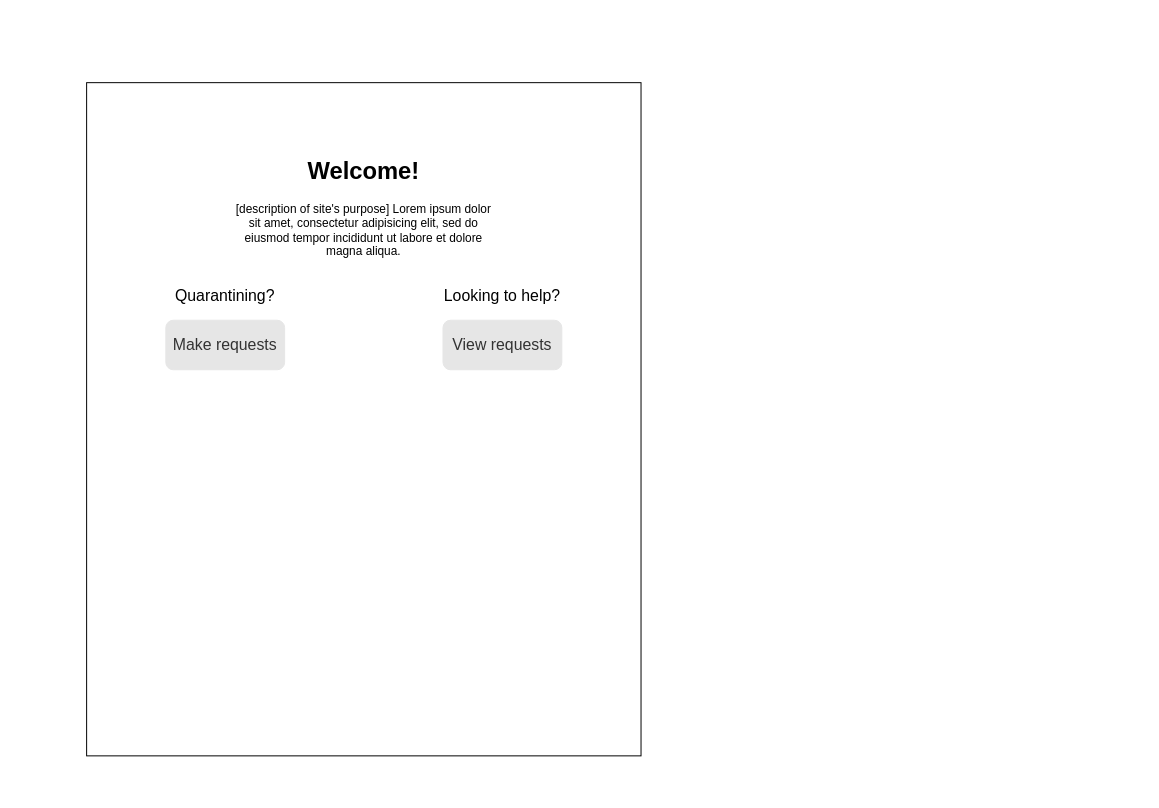
Earlier version of the draw.io diagram docs/diagrams/homepage.drawio (grievans/cs326-final-vav). Source tidied: cells renumbered, new cells numbered last; positions are measured from the earlier drawing's top-left corner, leaving out a move shared by most shapes. Both pictures are drawn from the tidied source at 99%, with x=0, y=0 at pixel (86, 82).
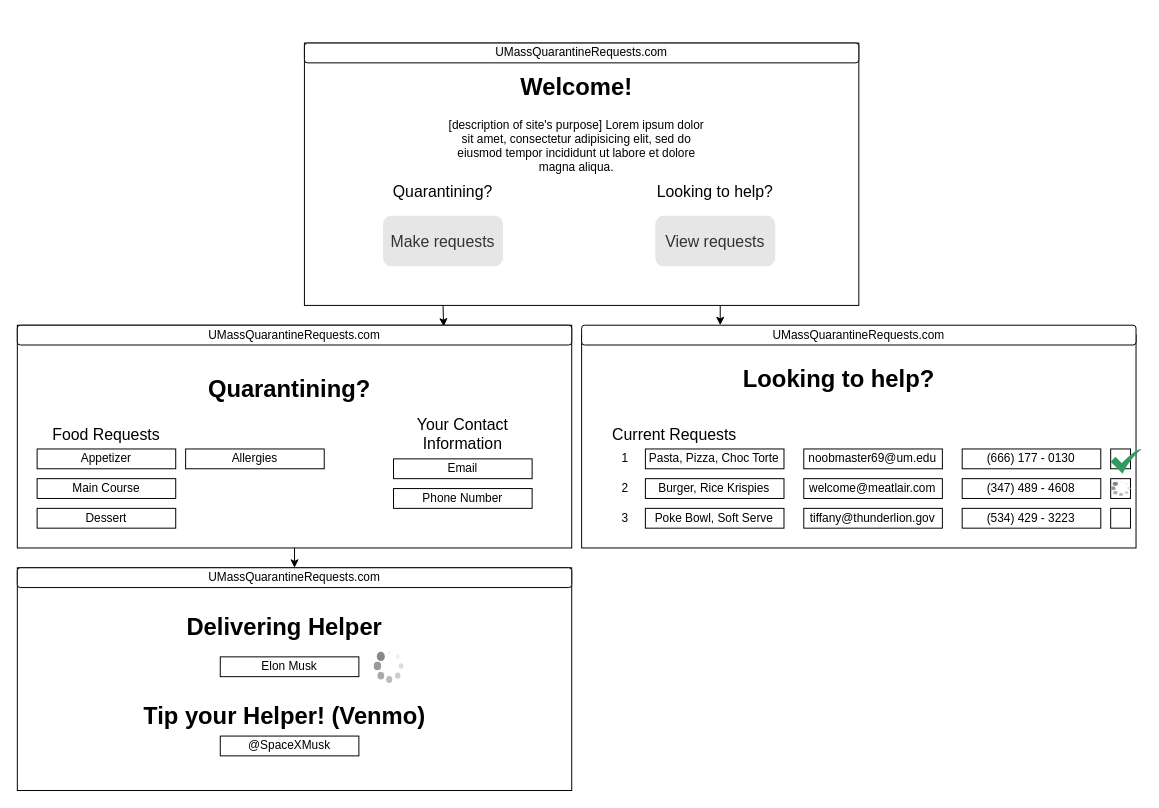
The same diagram, later.

Commit message:
Added Quarantining, Looking to help, Delivering Helper pages.drawio

What changed in the source:
```diff
@@
-    <mxCell id="2" style="rounded=0;whiteSpace=wrap;html=1;" parent="1" vertex="1">
-      <mxGeometry width="560" height="680" as="geometry" />
-    </mxCell>
+    <mxCell id="8" style="edgeStyle=orthogonalEdgeStyle;rounded=0;jettySize=auto;html=1;exitX=0.25;exitY=1;exitDx=0;exitDy=0;entryX=0.769;entryY=0.071;entryDx=0;entryDy=0;entryPerimeter=0;" parent="1" edge="1" source="10" target="17">
+      <mxGeometry relative="1" as="geometry" />
+    </mxCell>
+    <mxCell id="9" style="edgeStyle=orthogonalEdgeStyle;rounded=0;jettySize=auto;html=1;exitX=0.75;exitY=1;exitDx=0;exitDy=0;entryX=0.25;entryY=0;entryDx=0;entryDy=0;" parent="1" edge="1" source="10" target="45">
+      <mxGeometry relative="1" as="geometry" />
+    </mxCell>
+    <mxCell id="10" style="rounded=0;whiteSpace=wrap;html=1;" parent="1" vertex="1">
+      <mxGeometry x="220" y="-40" width="560" height="265" as="geometry" />
+    </mxCell>
     <mxCell id="3" value="&lt;h1&gt;Welcome!&lt;/h1&gt;&lt;p&gt;[description of site's purpose]&amp;nbsp;&lt;span&gt;Lorem ipsum dolor sit amet, consectetur adipisicing elit, sed do eiusmod tempor incididunt ut labore et dolore magna aliqua.&lt;/span&gt;&lt;/p&gt;" style="text;html=1;strokeColor=none;fillColor=none;spacing=5;spacingTop=-20;whiteSpace=wrap;overflow=hidden;rounded=0;align=center;" parent="1" vertex="1">
-      <mxGeometry x="140" y="70" width="280" height="120" as="geometry" />
+      <mxGeometry x="355" y="-15" width="280" height="120" as="geometry" />
     </mxCell>
     <mxCell id="4" value="&lt;font style=&quot;font-size: 16px&quot;&gt;View requests&lt;/font&gt;" style="rounded=1;html=1;shadow=0;dashed=0;whiteSpace=wrap;fontSize=10;fillColor=#E6E6E6;align=center;strokeColor=#E6E6E6;fontColor=#333333;" parent="1" vertex="1">
-      <mxGeometry x="360" y="240" width="120" height="50" as="geometry" />
+      <mxGeometry x="575" y="135" width="120" height="50" as="geometry" />
     </mxCell>
     <mxCell id="5" value="&lt;font style=&quot;font-size: 16px&quot;&gt;Make requests&lt;/font&gt;" style="rounded=1;html=1;shadow=0;dashed=0;whiteSpace=wrap;fontSize=10;fillColor=#E6E6E6;align=center;strokeColor=#E6E6E6;fontColor=#333333;" parent="1" vertex="1">
-      <mxGeometry x="80" y="240" width="120" height="50" as="geometry" />
+      <mxGeometry x="300" y="135" width="120" height="50" as="geometry" />
     </mxCell>
     <mxCell id="6" value="Quarantining?" style="text;html=1;strokeColor=none;fillColor=none;align=center;verticalAlign=middle;whiteSpace=wrap;rounded=0;fontSize=16;" parent="1" vertex="1">
-      <mxGeometry x="70" y="200" width="140" height="30" as="geometry" />
+      <mxGeometry x="290" y="95" width="140" height="30" as="geometry" />
     </mxCell>
     <mxCell id="7" value="Looking to help?" style="text;html=1;strokeColor=none;fillColor=none;align=center;verticalAlign=middle;whiteSpace=wrap;rounded=0;fontSize=16;" parent="1" vertex="1">
-      <mxGeometry x="350" y="200" width="140" height="30" as="geometry" />
+      <mxGeometry x="565" y="95" width="140" height="30" as="geometry" />
     </mxCell>
+    <mxCell id="11" value="&#10;&#10;&lt;span style=&quot;color: rgb(0, 0, 0); font-family: helvetica; font-size: 12px; font-style: normal; font-weight: 400; letter-spacing: normal; text-align: center; text-indent: 0px; text-transform: none; word-spacing: 0px; background-color: rgb(248, 249, 250); display: inline; float: none;&quot;&gt;UMassQuarantineRequests.com&lt;/span&gt;&#10;&#10;" style="rounded=1;whiteSpace=wrap;html=1;" parent="1" vertex="1">
+      <mxGeometry x="220" y="-40" width="560" height="20" as="geometry" />
+    </mxCell>
+    <mxCell id="12" style="edgeStyle=orthogonalEdgeStyle;rounded=0;jettySize=auto;html=1;exitX=0.5;exitY=1;exitDx=0;exitDy=0;entryX=0.5;entryY=0;entryDx=0;entryDy=0;" parent="1" edge="1" source="13" target="46">
+      <mxGeometry relative="1" as="geometry" />
+    </mxCell>
+    <mxCell id="13" style="rounded=0;whiteSpace=wrap;html=1;" parent="1" vertex="1">
+      <mxGeometry x="-70" y="245" width="560" height="225" as="geometry" />
+    </mxCell>
+    <mxCell id="14" value="&lt;h1&gt;Quarantining?&lt;/h1&gt;" style="text;html=1;strokeColor=none;fillColor=none;spacing=5;spacingTop=-20;whiteSpace=wrap;overflow=hidden;rounded=0;align=center;" parent="1" vertex="1">
+      <mxGeometry x="65" y="290" width="280" height="40" as="geometry" />
+    </mxCell>
+    <mxCell id="15" value="Food Requests" style="text;html=1;strokeColor=none;fillColor=none;align=center;verticalAlign=middle;whiteSpace=wrap;rounded=0;fontSize=16;" parent="1" vertex="1">
+      <mxGeometry x="-50" y="340" width="140" height="30" as="geometry" />
+    </mxCell>
+    <mxCell id="16" value="Your Contact Information" style="text;html=1;strokeColor=none;fillColor=none;align=center;verticalAlign=middle;whiteSpace=wrap;rounded=0;fontSize=16;" parent="1" vertex="1">
+      <mxGeometry x="310" y="340" width="140" height="30" as="geometry" />
+    </mxCell>
+    <mxCell id="17" value="UMassQuarantineRequests.com" style="rounded=1;whiteSpace=wrap;html=1;" parent="1" vertex="1">
+      <mxGeometry x="-70" y="245" width="560" height="20" as="geometry" />
+    </mxCell>
+    <mxCell id="18" value="Appetizer" style="rounded=0;whiteSpace=wrap;html=1;" parent="1" vertex="1">
+      <mxGeometry x="-50" y="370" width="140" height="20" as="geometry" />
+    </mxCell>
+    <mxCell id="19" value="Main Course" style="rounded=0;whiteSpace=wrap;html=1;" parent="1" vertex="1">
+      <mxGeometry x="-50" y="400" width="140" height="20" as="geometry" />
+    </mxCell>
+    <mxCell id="20" value="Dessert" style="rounded=0;whiteSpace=wrap;html=1;" parent="1" vertex="1">
+      <mxGeometry x="-50" y="430" width="140" height="20" as="geometry" />
+    </mxCell>
+    <mxCell id="21" value="Email" style="rounded=0;whiteSpace=wrap;html=1;" parent="1" vertex="1">
+      <mxGeometry x="310" y="380" width="140" height="20" as="geometry" />
+    </mxCell>
+    <mxCell id="22" value="Phone Number" style="rounded=0;whiteSpace=wrap;html=1;" parent="1" vertex="1">
+      <mxGeometry x="310" y="410" width="140" height="20" as="geometry" />
+    </mxCell>
+    <mxCell id="23" value="Allergies" style="rounded=0;whiteSpace=wrap;html=1;" parent="1" vertex="1">
+      <mxGeometry x="100" y="370" width="140" height="20" as="geometry" />
+    </mxCell>
+    <mxCell id="24" style="rounded=0;whiteSpace=wrap;html=1;" parent="1" vertex="1">
+      <mxGeometry x="500" y="255" width="560" height="215" as="geometry" />
+    </mxCell>
+    <mxCell id="25" value="&lt;h1&gt;Looking to help?&lt;/h1&gt;" style="text;html=1;strokeColor=none;fillColor=none;spacing=5;spacingTop=-20;whiteSpace=wrap;overflow=hidden;rounded=0;align=center;" parent="1" vertex="1">
+      <mxGeometry x="620" y="280" width="280" height="40" as="geometry" />
+    </mxCell>
+    <mxCell id="26" value="Current Requests" style="text;html=1;strokeColor=none;fillColor=none;align=center;verticalAlign=middle;whiteSpace=wrap;rounded=0;fontSize=16;" parent="1" vertex="1">
+      <mxGeometry x="524.4" y="340" width="140" height="30" as="geometry" />
+    </mxCell>
+    <mxCell id="27" value="Pasta, Pizza, Choc Torte" style="rounded=0;whiteSpace=wrap;html=1;" parent="1" vertex="1">
+      <mxGeometry x="564.4" y="370" width="140" height="20" as="geometry" />
+    </mxCell>
+    <mxCell id="28" value="Burger, Rice Krispies" style="rounded=0;whiteSpace=wrap;html=1;" parent="1" vertex="1">
+      <mxGeometry x="564.4" y="400" width="140" height="20" as="geometry" />
+    </mxCell>
+    <mxCell id="29" value="Poke Bowl, Soft Serve" style="rounded=0;whiteSpace=wrap;html=1;" parent="1" vertex="1">
+      <mxGeometry x="564.4" y="430" width="140" height="20" as="geometry" />
+    </mxCell>
+    <mxCell id="30" value="noobmaster69@um.edu" style="rounded=0;whiteSpace=wrap;html=1;" parent="1" vertex="1">
+      <mxGeometry x="724.4" y="370" width="140" height="20" as="geometry" />
+    </mxCell>
+    <mxCell id="31" value="(666) 177 - 0130" style="rounded=0;whiteSpace=wrap;html=1;" parent="1" vertex="1">
+      <mxGeometry x="884.4" y="370" width="140" height="20" as="geometry" />
+    </mxCell>
+    <mxCell id="32" value="1" style="text;html=1;strokeColor=none;fillColor=none;align=center;verticalAlign=middle;whiteSpace=wrap;rounded=0;" parent="1" vertex="1">
+      <mxGeometry x="514.4" y="365" width="60" height="30" as="geometry" />
+    </mxCell>
+    <mxCell id="33" value="2" style="text;html=1;strokeColor=none;fillColor=none;align=center;verticalAlign=middle;whiteSpace=wrap;rounded=0;" parent="1" vertex="1">
+      <mxGeometry x="514.4" y="395" width="60" height="30" as="geometry" />
+    </mxCell>
+    <mxCell id="34" value="3" style="text;html=1;strokeColor=none;fillColor=none;align=center;verticalAlign=middle;whiteSpace=wrap;rounded=0;" parent="1" vertex="1">
+      <mxGeometry x="514.4" y="425" width="60" height="30" as="geometry" />
+    </mxCell>
+    <mxCell id="35" value="welcome@meatlair.com" style="rounded=0;whiteSpace=wrap;html=1;" parent="1" vertex="1">
+      <mxGeometry x="724.4" y="400" width="140" height="20" as="geometry" />
+    </mxCell>
+    <mxCell id="36" value="(347)&amp;nbsp;489 - 4608" style="rounded=0;whiteSpace=wrap;html=1;" parent="1" vertex="1">
+      <mxGeometry x="884.4" y="400" width="140" height="20" as="geometry" />
+    </mxCell>
+    <mxCell id="37" value="tiffany@thunderlion.gov" style="rounded=0;whiteSpace=wrap;html=1;" parent="1" vertex="1">
+      <mxGeometry x="724.4" y="430" width="140" height="20" as="geometry" />
+    </mxCell>
+    <mxCell id="38" value="(534) 429 - 3223" style="rounded=0;whiteSpace=wrap;html=1;" parent="1" vertex="1">
+      <mxGeometry x="884.4" y="430" width="140" height="20" as="geometry" />
+    </mxCell>
+    <mxCell id="39" style="rounded=0;whiteSpace=wrap;html=1;" parent="1" vertex="1">
+      <mxGeometry x="1034.4" y="370" width="20" height="20" as="geometry" />
+    </mxCell>
+    <mxCell id="40" style="rounded=0;whiteSpace=wrap;html=1;" parent="1" vertex="1">
+      <mxGeometry x="1034.4" y="400" width="20" height="20" as="geometry" />
+    </mxCell>
+    <mxCell id="41" style="rounded=0;whiteSpace=wrap;html=1;" parent="1" vertex="1">
+      <mxGeometry x="1034.4" y="430" width="20" height="20" as="geometry" />
+    </mxCell>
+    <mxCell id="42" style="sketch=0;html=1;strokeColor=none;shadow=0;align=center;verticalAlign=top;fillColor=#2D9C5E;shape=mxgraph.gcp2.check;" parent="1" vertex="1">
+      <mxGeometry x="1034.4" y="370" width="31.2" height="25" as="geometry" />
+    </mxCell>
+    <mxCell id="43" style="verticalLabelPosition=bottom;shadow=0;dashed=0;align=center;html=1;verticalAlign=top;strokeWidth=1;shape=mxgraph.mockup.misc.loading_circle_1;" parent="1" vertex="1">
+      <mxGeometry x="1034.4" y="402.5" width="20" height="15" as="geometry" />
+    </mxCell>
+    <mxCell id="44" style="rounded=0;whiteSpace=wrap;html=1;" parent="1" vertex="1">
+      <mxGeometry x="-70" y="490" width="560" height="225" as="geometry" />
+    </mxCell>
+    <mxCell id="45" value="UMassQuarantineRequests.com" style="rounded=1;whiteSpace=wrap;html=1;" parent="1" vertex="1">
+      <mxGeometry x="500" y="245" width="560" height="20" as="geometry" />
+    </mxCell>
+    <mxCell id="46" value="UMassQuarantineRequests.com" style="rounded=1;whiteSpace=wrap;html=1;" parent="1" vertex="1">
+      <mxGeometry x="-70" y="490" width="560" height="20" as="geometry" />
+    </mxCell>
+    <mxCell id="47" value="Elon Musk" style="rounded=0;whiteSpace=wrap;html=1;" parent="1" vertex="1">
+      <mxGeometry x="135" y="580" width="140" height="20" as="geometry" />
+    </mxCell>
+    <mxCell id="48" value="&lt;h1&gt;Delivering Helper&lt;/h1&gt;" style="text;html=1;strokeColor=none;fillColor=none;spacing=5;spacingTop=-20;whiteSpace=wrap;overflow=hidden;rounded=0;align=center;" parent="1" vertex="1">
+      <mxGeometry x="60" y="530" width="280" height="40" as="geometry" />
+    </mxCell>
+    <mxCell id="49" style="verticalLabelPosition=bottom;shadow=0;dashed=0;align=center;html=1;verticalAlign=top;strokeWidth=1;shape=mxgraph.mockup.misc.loading_circle_1;" parent="1" vertex="1">
+      <mxGeometry x="290" y="573.8" width="30" height="32.5" as="geometry" />
+    </mxCell>
+    <mxCell id="50" value="&lt;h1&gt;Tip your Helper! (Venmo)&lt;/h1&gt;" style="text;html=1;strokeColor=none;fillColor=none;spacing=5;spacingTop=-20;whiteSpace=wrap;overflow=hidden;rounded=0;align=center;" parent="1" vertex="1">
+      <mxGeometry x="5" y="620" width="390" height="40" as="geometry" />
+    </mxCell>
+    <mxCell id="51" value="@SpaceXMusk" style="rounded=0;whiteSpace=wrap;html=1;" parent="1" vertex="1">
+      <mxGeometry x="135" y="660" width="140" height="20" as="geometry" />
+    </mxCell>
```
